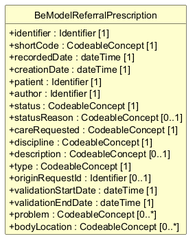
The PlantUML diagram exports/diagrams/BeModelReferralPrescription-uml.png in caresets/caresets-src, before a commit.
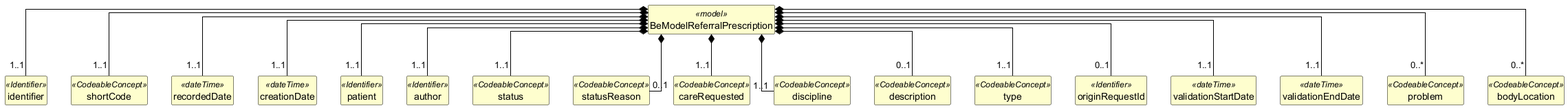
After the commit.

What changed in the source:
```diff
@@ -12,24 +12,75 @@
 hide circle
 hide empty members
 
-class "BeModelReferralPrescription" as BeModelReferralPrescription {
-  +identifier : Identifier [1]
-  +shortCode : CodeableConcept [1]
-  +recordedDate : dateTime [1]
-  +creationDate : dateTime [1]
-  +patient : Identifier [1]
-  +author : Identifier [1]
-  +status : CodeableConcept [1]
-  +statusReason : CodeableConcept [0..1]
-  +careRequested : CodeableConcept [1]
-  +discipline : CodeableConcept [1]
-  +description : CodeableConcept [0..1]
-  +type : CodeableConcept [1]
-  +originRequestId : Identifier [0..1]
-  +validationStartDate : dateTime [1]
-  +validationEndDate : dateTime [1]
-  +problem : CodeableConcept [0..*]
-  +bodyLocation : CodeableConcept [0..*]
+class "BeModelReferralPrescription" as BeModelReferralPrescription <<model>> {
 }
 
+class "identifier" as BeModelReferralPrescription_identifier <<Identifier>> {
+}
+
+class "shortCode" as BeModelReferralPrescription_shortCode <<CodeableConcept>> {
+}
+
+class "recordedDate" as BeModelReferralPrescription_recordedDate <<dateTime>> {
+}
+
+class "creationDate" as BeModelReferralPrescription_creationDate <<dateTime>> {
+}
+
+class "patient" as BeModelReferralPrescription_patient <<Identifier>> {
+}
+
+class "author" as BeModelReferralPrescription_author <<Identifier>> {
+}
+
+class "status" as BeModelReferralPrescription_status <<CodeableConcept>> {
+}
+
+class "statusReason" as BeModelReferralPrescription_statusReason <<CodeableConcept>> {
+}
+
+class "careRequested" as BeModelReferralPrescription_careRequested <<CodeableConcept>> {
+}
+
+class "discipline" as BeModelReferralPrescription_discipline <<CodeableConcept>> {
+}
+
+class "description" as BeModelReferralPrescription_description <<CodeableConcept>> {
+}
+
+class "type" as BeModelReferralPrescription_type <<CodeableConcept>> {
+}
+
+class "originRequestId" as BeModelReferralPrescription_originRequestId <<Identifier>> {
+}
+
+class "validationStartDate" as BeModelReferralPrescription_validationStartDate <<dateTime>> {
+}
+
+class "validationEndDate" as BeModelReferralPrescription_validationEndDate <<dateTime>> {
+}
+
+class "problem" as BeModelReferralPrescription_problem <<CodeableConcept>> {
+}
+
+class "bodyLocation" as BeModelReferralPrescription_bodyLocation <<CodeableConcept>> {
+}
+
+BeModelReferralPrescription *-- "1..1" BeModelReferralPrescription_identifier
+BeModelReferralPrescription *-- "1..1" BeModelReferralPrescription_shortCode
+BeModelReferralPrescription *-- "1..1" BeModelReferralPrescription_recordedDate
+BeModelReferralPrescription *-- "1..1" BeModelReferralPrescription_creationDate
+BeModelReferralPrescription *-- "1..1" BeModelReferralPrescription_patient
+BeModelReferralPrescription *-- "1..1" BeModelReferralPrescription_author
+BeModelReferralPrescription *-- "1..1" BeModelReferralPrescription_status
+BeModelReferralPrescription *-- "0..1" BeModelReferralPrescription_statusReason
+BeModelReferralPrescription *-- "1..1" BeModelReferralPrescription_careRequested
+BeModelReferralPrescription *-- "1..1" BeModelReferralPrescription_discipline
+BeModelReferralPrescription *-- "0..1" BeModelReferralPrescription_description
+BeModelReferralPrescription *-- "1..1" BeModelReferralPrescription_type
+BeModelReferralPrescription *-- "0..1" BeModelReferralPrescription_originRequestId
+BeModelReferralPrescription *-- "1..1" BeModelReferralPrescription_validationStartDate
+BeModelReferralPrescription *-- "1..1" BeModelReferralPrescription_validationEndDate
+BeModelReferralPrescription *-- "0..*" BeModelReferralPrescription_problem
+BeModelReferralPrescription *-- "0..*" BeModelReferralPrescription_bodyLocation
 @enduml
```
